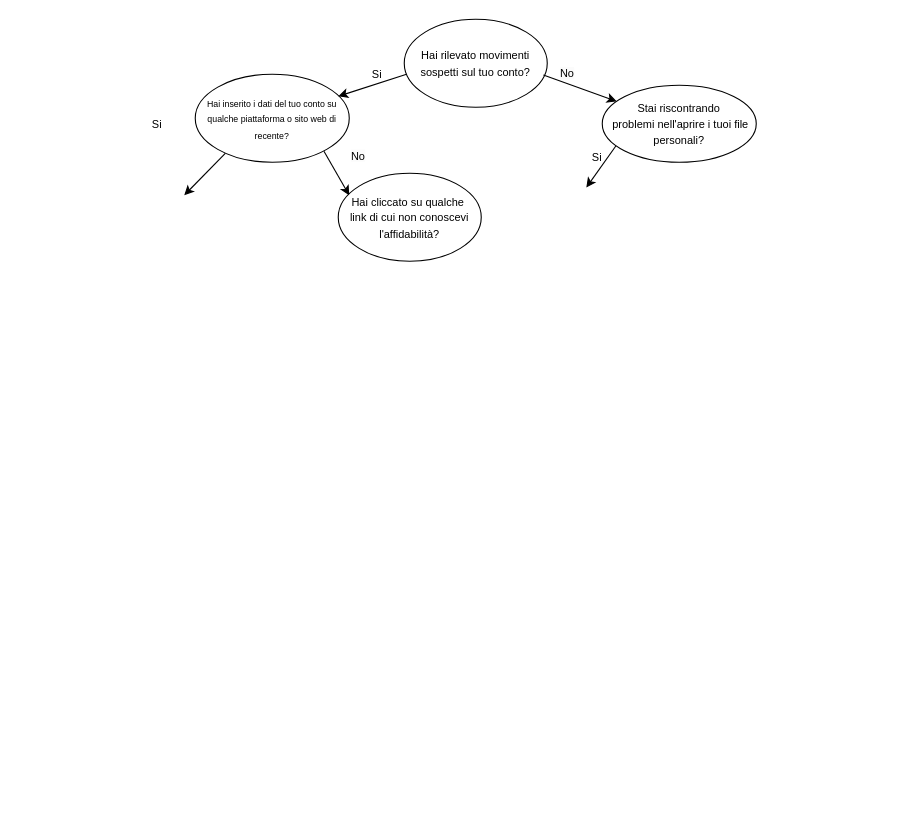
Before: Diagramma senza titolo.drawio in ClaudiaMarano/Decision-tree, a draw.io diagram. Source tidied: cells renumbered, new cells numbered last; positions are measured from the earlier drawing's top-left corner, leaving out a move shared by most shapes. Both pictures are drawn from the tidied source at 110%, with x=0, y=0 at pixel (140, 19).
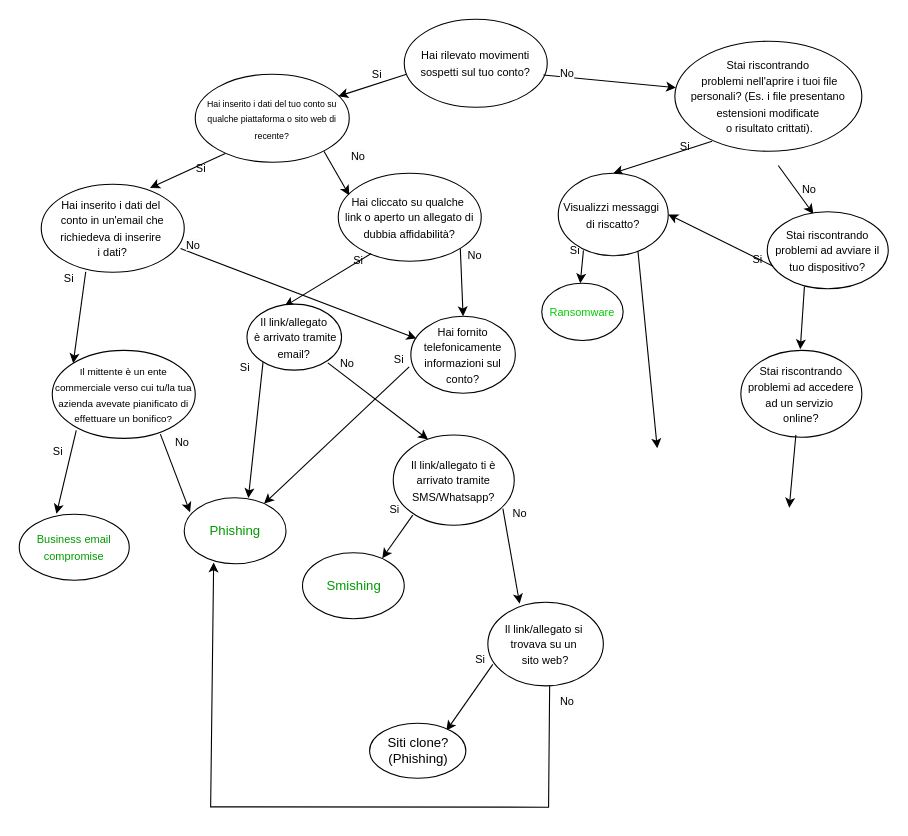
After the change.

Unchanged cells that the change refers to:
```xml
<mxCell id="4" value="&lt;font style=&quot;font-size: 8px;&quot;&gt;Hai inserito i dati del tuo conto su qualche piattaforma o sito web di recente?&lt;/font&gt;" style="ellipse;whiteSpace=wrap;html=1;" parent="1" vertex="1">
  <mxGeometry x="50" y="50" width="140" height="80" as="geometry" />
</mxCell>
```

What changed in the source:
```diff
@@
-    <mxCell id="3" value="&lt;font style=&quot;font-size: 10px;&quot;&gt;Stai riscontrando&lt;/font&gt;&lt;div&gt;&lt;font style=&quot;font-size: 10px;&quot;&gt;&amp;nbsp;problemi nell'aprire i tuoi file personali?&lt;/font&gt;&lt;/div&gt;" style="ellipse;whiteSpace=wrap;html=1;" parent="1" vertex="1">
-      <mxGeometry x="420" y="60" width="140" height="70" as="geometry" />
+    <mxCell id="3" value="&lt;font style=&quot;font-size: 10px;&quot;&gt;Stai riscontrando&lt;/font&gt;&lt;div&gt;&lt;font style=&quot;font-size: 10px;&quot;&gt;&amp;nbsp;problemi nell'aprire i tuoi file personali? (Es. i file presentano estensioni modificate&lt;/font&gt;&lt;/div&gt;&lt;div&gt;&lt;font style=&quot;font-size: 10px;&quot;&gt;&amp;nbsp;o risultato crittati).&lt;/font&gt;&lt;/div&gt;" style="ellipse;whiteSpace=wrap;html=1;" parent="1" vertex="1">
+      <mxGeometry x="486" y="20" width="170" height="100" as="geometry" />
     </mxCell>
@@
     <mxCell id="9" value="&lt;font style=&quot;font-size: 10px;&quot;&gt;Si&lt;/font&gt;" style="text;html=1;align=center;verticalAlign=middle;strokeColor=none;fillColor=none;" parent="1" vertex="1">
-      <mxGeometry y="80" width="30" height="30" as="geometry" />
+      <mxGeometry x="40" y="120" width="30" height="30" as="geometry" />
     </mxCell>
-    <mxCell id="10" style="endArrow=classic;html=1;rounded=0;exitX=0.195;exitY=0.9;exitDx=0;exitDy=0;exitPerimeter=0;" parent="1" edge="1" source="4">
-      <mxGeometry relative="1" as="geometry">
-        <mxPoint x="40" y="160" as="targetPoint" />
-      </mxGeometry>
+    <mxCell id="10" style="endArrow=classic;html=1;rounded=0;exitX=0.195;exitY=0.9;exitDx=0;exitDy=0;exitPerimeter=0;entryX=0.761;entryY=0.042;entryDx=0;entryDy=0;entryPerimeter=0;" parent="1" edge="1" source="4" target="16">
+      <mxGeometry relative="1" as="geometry" />
     </mxCell>
     <mxCell id="11" value="&lt;font style=&quot;font-size: 10px;&quot;&gt;Si&lt;/font&gt;" style="text;html=1;align=center;verticalAlign=middle;strokeColor=none;fillColor=none;" parent="1" vertex="1">
-      <mxGeometry x="400" y="110" width="30" height="30" as="geometry" />
+      <mxGeometry x="480" y="100" width="30" height="30" as="geometry" />
     </mxCell>
-    <mxCell id="12" style="endArrow=classic;html=1;rounded=0;exitX=0.195;exitY=0.9;exitDx=0;exitDy=0;exitPerimeter=0;" parent="1" edge="1">
-      <mxGeometry relative="1" as="geometry">
-        <mxPoint x="432.5" y="115" as="sourcePoint" />
-        <mxPoint x="405.5" y="153" as="targetPoint" />
-      </mxGeometry>
+    <mxCell id="12" style="endArrow=classic;html=1;rounded=0;exitX=0.199;exitY=0.91;exitDx=0;exitDy=0;exitPerimeter=0;entryX=0.5;entryY=0;entryDx=0;entryDy=0;" parent="1" edge="1" source="3" target="53">
+      <mxGeometry relative="1" as="geometry" />
     </mxCell>
@@
-    <mxCell id="15" value="&lt;span style=&quot;font-size: 10px;&quot;&gt;Hai cliccato su qualche&amp;nbsp;&lt;/span&gt;&lt;div&gt;&lt;span style=&quot;font-size: 10px;&quot;&gt;link di cui non conoscevi l'affidabilità?&lt;/span&gt;&lt;/div&gt;" style="ellipse;whiteSpace=wrap;html=1;" parent="1" vertex="1">
+    <mxCell id="15" value="&lt;span style=&quot;font-size: 10px;&quot;&gt;Hai cliccato su qualche&amp;nbsp;&lt;/span&gt;&lt;div&gt;&lt;span style=&quot;font-size: 10px;&quot;&gt;link o aperto un allegato di dubbia affidabilità?&lt;/span&gt;&lt;/div&gt;" style="ellipse;whiteSpace=wrap;html=1;" parent="1" vertex="1">
       <mxGeometry x="180" y="140" width="130" height="80" as="geometry" />
     </mxCell>
+    <mxCell id="16" value="&lt;font style=&quot;font-size: 10px;&quot;&gt;Hai inserito i dati del&amp;nbsp;&lt;/font&gt;&lt;div&gt;&lt;font style=&quot;font-size: 10px;&quot;&gt;conto in un'email che richiedeva di inserire&amp;nbsp;&lt;/font&gt;&lt;/div&gt;&lt;div&gt;&lt;font style=&quot;font-size: 10px;&quot;&gt;i dati?&lt;/font&gt;&lt;/div&gt;" style="ellipse;whiteSpace=wrap;html=1;" parent="1" vertex="1">
+      <mxGeometry x="-90" y="150" width="130" height="80" as="geometry" />
+    </mxCell>
+    <mxCell id="17" value="&lt;span style=&quot;color: rgb(0, 0, 0); font-family: Helvetica; font-size: 10px; font-style: normal; font-variant-ligatures: normal; font-variant-caps: normal; font-weight: 400; letter-spacing: normal; orphans: 2; text-align: center; text-indent: 0px; text-transform: none; widows: 2; word-spacing: 0px; -webkit-text-stroke-width: 0px; white-space: nowrap; background-color: rgb(251, 251, 251); text-decoration-thickness: initial; text-decoration-style: initial; text-decoration-color: initial; display: inline !important; float: none;&quot;&gt;No&lt;/span&gt;" style="text;whiteSpace=wrap;html=1;" parent="1" vertex="1">
+      <mxGeometry x="600" y="140" width="20" height="20" as="geometry" />
+    </mxCell>
+    <mxCell id="18" style="endArrow=classic;html=1;rounded=0;exitX=0.973;exitY=0.633;exitDx=0;exitDy=0;exitPerimeter=0;" parent="1" edge="1">
+      <mxGeometry relative="1" as="geometry">
+        <mxPoint x="580" y="133" as="sourcePoint" />
+        <mxPoint x="612" y="177" as="targetPoint" />
+      </mxGeometry>
+    </mxCell>
+    <mxCell id="19" style="endArrow=classic;html=1;rounded=0;exitX=0.195;exitY=0.9;exitDx=0;exitDy=0;exitPerimeter=0;entryX=0.398;entryY=0.032;entryDx=0;entryDy=0;entryPerimeter=0;" parent="1" edge="1" target="34">
+      <mxGeometry relative="1" as="geometry">
+        <mxPoint x="210" y="213" as="sourcePoint" />
+      </mxGeometry>
+    </mxCell>
+    <mxCell id="20" style="endArrow=classic;html=1;rounded=0;exitX=1;exitY=1;exitDx=0;exitDy=0;entryX=0.5;entryY=0;entryDx=0;entryDy=0;" parent="1" edge="1" source="15" target="21">
+      <mxGeometry relative="1" as="geometry" />
+    </mxCell>
+    <mxCell id="21" value="&lt;span style=&quot;font-size: 10px;&quot;&gt;Hai fornito telefonicamente informazioni sul conto?&lt;/span&gt;" style="ellipse;whiteSpace=wrap;html=1;" parent="1" vertex="1">
+      <mxGeometry x="246" y="270" width="95" height="70" as="geometry" />
+    </mxCell>
+    <mxCell id="22" style="endArrow=classic;html=1;rounded=0;exitX=0.311;exitY=0.994;exitDx=0;exitDy=0;exitPerimeter=0;entryX=0;entryY=0;entryDx=0;entryDy=0;" parent="1" edge="1" source="16" target="23">
+      <mxGeometry relative="1" as="geometry" />
+    </mxCell>
+    <mxCell id="23" value="&lt;font style=&quot;font-size: 9px;&quot;&gt;Il mittente è un ente commerciale verso cui tu/la tua azienda avevate pianificato di effettuare un bonifico?&lt;/font&gt;" style="ellipse;whiteSpace=wrap;html=1;" parent="1" vertex="1">
+      <mxGeometry x="-80" y="301" width="130" height="80" as="geometry" />
+    </mxCell>
+    <mxCell id="24" value="&lt;font style=&quot;font-size: 10px;&quot;&gt;Si&lt;/font&gt;" style="text;html=1;align=center;verticalAlign=middle;strokeColor=none;fillColor=none;" parent="1" vertex="1">
+      <mxGeometry x="-80" y="220" width="30" height="30" as="geometry" />
+    </mxCell>
+    <mxCell id="25" style="endArrow=classic;html=1;rounded=0;exitX=0.756;exitY=0.952;exitDx=0;exitDy=0;exitPerimeter=0;entryX=0.057;entryY=0.218;entryDx=0;entryDy=0;entryPerimeter=0;" parent="1" edge="1" source="23" target="33">
+      <mxGeometry relative="1" as="geometry" />
+    </mxCell>
+    <mxCell id="26" style="endArrow=classic;html=1;rounded=0;exitX=0.974;exitY=0.731;exitDx=0;exitDy=0;exitPerimeter=0;entryX=0.053;entryY=0.289;entryDx=0;entryDy=0;entryPerimeter=0;" parent="1" edge="1" source="16" target="21">
+      <mxGeometry relative="1" as="geometry" />
+    </mxCell>
+    <mxCell id="27" value="&lt;span style=&quot;color: rgb(0, 0, 0); font-family: Helvetica; font-size: 10px; font-style: normal; font-variant-ligatures: normal; font-variant-caps: normal; font-weight: 400; letter-spacing: normal; orphans: 2; text-align: center; text-indent: 0px; text-transform: none; widows: 2; word-spacing: 0px; -webkit-text-stroke-width: 0px; white-space: nowrap; background-color: rgb(251, 251, 251); text-decoration-thickness: initial; text-decoration-style: initial; text-decoration-color: initial; display: inline !important; float: none;&quot;&gt;No&lt;/span&gt;" style="text;whiteSpace=wrap;html=1;" parent="1" vertex="1">
+      <mxGeometry x="40" y="191" width="20" height="20" as="geometry" />
+    </mxCell>
+    <mxCell id="28" value="&lt;span style=&quot;color: rgb(0, 0, 0); font-family: Helvetica; font-size: 10px; font-style: normal; font-variant-ligatures: normal; font-variant-caps: normal; font-weight: 400; letter-spacing: normal; orphans: 2; text-align: center; text-indent: 0px; text-transform: none; widows: 2; word-spacing: 0px; -webkit-text-stroke-width: 0px; white-space: nowrap; background-color: rgb(251, 251, 251); text-decoration-thickness: initial; text-decoration-style: initial; text-decoration-color: initial; display: inline !important; float: none;&quot;&gt;No&lt;/span&gt;" style="text;whiteSpace=wrap;html=1;" parent="1" vertex="1">
+      <mxGeometry x="296" y="200" width="20" height="20" as="geometry" />
+    </mxCell>
+    <mxCell id="29" value="&lt;span style=&quot;color: rgb(0, 0, 0); font-family: Helvetica; font-size: 10px; font-style: normal; font-variant-ligatures: normal; font-variant-caps: normal; font-weight: 400; letter-spacing: normal; orphans: 2; text-align: center; text-indent: 0px; text-transform: none; widows: 2; word-spacing: 0px; -webkit-text-stroke-width: 0px; white-space: nowrap; background-color: rgb(251, 251, 251); text-decoration-thickness: initial; text-decoration-style: initial; text-decoration-color: initial; display: inline !important; float: none;&quot;&gt;No&lt;/span&gt;" style="text;whiteSpace=wrap;html=1;" parent="1" vertex="1">
+      <mxGeometry x="30" y="370" width="20" height="20" as="geometry" />
+    </mxCell>
+    <mxCell id="30" style="endArrow=classic;html=1;rounded=0;exitX=0.168;exitY=0.908;exitDx=0;exitDy=0;exitPerimeter=0;entryX=0.338;entryY=-0.006;entryDx=0;entryDy=0;entryPerimeter=0;" parent="1" edge="1" source="23" target="32">
+      <mxGeometry relative="1" as="geometry" />
+    </mxCell>
+    <mxCell id="31" value="&lt;font style=&quot;font-size: 10px;&quot;&gt;Si&lt;/font&gt;" style="text;html=1;align=center;verticalAlign=middle;strokeColor=none;fillColor=none;" parent="1" vertex="1">
+      <mxGeometry x="-90" y="378" width="30" height="30" as="geometry" />
+    </mxCell>
+    <mxCell id="32" value="&lt;font color=&quot;#009900&quot; size=&quot;1&quot;&gt;Business email compromise&lt;/font&gt;" style="ellipse;whiteSpace=wrap;html=1;" parent="1" vertex="1">
+      <mxGeometry x="-110" y="450" width="100" height="60" as="geometry" />
+    </mxCell>
+    <mxCell id="33" value="&lt;font color=&quot;#009900&quot;&gt;Phishing&lt;/font&gt;" style="ellipse;whiteSpace=wrap;html=1;" parent="1" vertex="1">
+      <mxGeometry x="40" y="435" width="92.5" height="60" as="geometry" />
+    </mxCell>
+    <mxCell id="34" value="&lt;span style=&quot;font-size: 10px;&quot;&gt;Il link/allegato&lt;/span&gt;&lt;div&gt;&lt;span style=&quot;font-size: 10px;&quot;&gt;&amp;nbsp;è arrivato tramite email?&lt;/span&gt;&lt;/div&gt;" style="ellipse;whiteSpace=wrap;html=1;" parent="1" vertex="1">
+      <mxGeometry x="97" y="259" width="86" height="60" as="geometry" />
+    </mxCell>
+    <mxCell id="35" value="&lt;font style=&quot;font-size: 10px;&quot;&gt;Si&lt;/font&gt;" style="text;html=1;align=center;verticalAlign=middle;strokeColor=none;fillColor=none;" parent="1" vertex="1">
+      <mxGeometry x="183" y="204" width="30" height="30" as="geometry" />
+    </mxCell>
+    <mxCell id="36" style="endArrow=classic;html=1;rounded=0;exitX=0.17;exitY=0.878;exitDx=0;exitDy=0;entryX=0.63;entryY=0.005;entryDx=0;entryDy=0;entryPerimeter=0;exitPerimeter=0;" parent="1" edge="1" source="34" target="33">
+      <mxGeometry relative="1" as="geometry" />
+    </mxCell>
+    <mxCell id="37" style="endArrow=classic;html=1;rounded=0;exitX=0.855;exitY=0.889;exitDx=0;exitDy=0;entryX=0.288;entryY=0.049;entryDx=0;entryDy=0;entryPerimeter=0;exitPerimeter=0;" parent="1" edge="1" source="34" target="38">
+      <mxGeometry relative="1" as="geometry" />
+    </mxCell>
+    <mxCell id="38" value="&lt;span style=&quot;font-size: 10px;&quot;&gt;Il link/allegato ti è arrivato tramite SMS/Whatsapp?&lt;/span&gt;" style="ellipse;whiteSpace=wrap;html=1;" parent="1" vertex="1">
+      <mxGeometry x="230" y="378" width="110" height="82" as="geometry" />
+    </mxCell>
+    <mxCell id="39" value="&lt;font style=&quot;font-size: 10px;&quot;&gt;Si&lt;/font&gt;" style="text;html=1;align=center;verticalAlign=middle;strokeColor=none;fillColor=none;" parent="1" vertex="1">
+      <mxGeometry x="80" y="301" width="30" height="30" as="geometry" />
+    </mxCell>
+    <mxCell id="40" style="endArrow=classic;html=1;rounded=0;exitX=0.161;exitY=0.888;exitDx=0;exitDy=0;exitPerimeter=0;" parent="1" edge="1" source="38">
+      <mxGeometry relative="1" as="geometry">
+        <mxPoint x="220" y="490" as="targetPoint" />
+      </mxGeometry>
+    </mxCell>
+    <mxCell id="41" value="&lt;font color=&quot;#009900&quot;&gt;Smishing&lt;/font&gt;" style="ellipse;whiteSpace=wrap;html=1;" parent="1" vertex="1">
+      <mxGeometry x="147.5" y="485" width="92.5" height="60" as="geometry" />
+    </mxCell>
+    <mxCell id="42" style="endArrow=classic;html=1;rounded=0;exitX=-0.016;exitY=0.658;exitDx=0;exitDy=0;exitPerimeter=0;" parent="1" edge="1" source="21" target="33">
+      <mxGeometry relative="1" as="geometry" />
+    </mxCell>
+    <mxCell id="43" value="&lt;font style=&quot;font-size: 10px;&quot;&gt;Si&lt;/font&gt;" style="text;html=1;align=center;verticalAlign=middle;strokeColor=none;fillColor=none;" parent="1" vertex="1">
+      <mxGeometry x="220" y="294" width="30" height="30" as="geometry" />
+    </mxCell>
+    <mxCell id="44" value="&lt;font style=&quot;font-size: 10px;&quot;&gt;Si&lt;/font&gt;" style="text;html=1;align=center;verticalAlign=middle;strokeColor=none;fillColor=none;" parent="1" vertex="1">
+      <mxGeometry x="216" y="430" width="30" height="30" as="geometry" />
+    </mxCell>
+    <mxCell id="45" value="&lt;span style=&quot;color: rgb(0, 0, 0); font-family: Helvetica; font-size: 10px; font-style: normal; font-variant-ligatures: normal; font-variant-caps: normal; font-weight: 400; letter-spacing: normal; orphans: 2; text-align: center; text-indent: 0px; text-transform: none; widows: 2; word-spacing: 0px; -webkit-text-stroke-width: 0px; white-space: nowrap; background-color: rgb(251, 251, 251); text-decoration-thickness: initial; text-decoration-style: initial; text-decoration-color: initial; display: inline !important; float: none;&quot;&gt;No&lt;/span&gt;" style="text;whiteSpace=wrap;html=1;" parent="1" vertex="1">
+      <mxGeometry x="180" y="299" width="20" height="20" as="geometry" />
+    </mxCell>
+    <mxCell id="46" style="endArrow=classic;html=1;rounded=0;exitX=0.906;exitY=0.815;exitDx=0;exitDy=0;exitPerimeter=0;entryX=0.275;entryY=0.017;entryDx=0;entryDy=0;entryPerimeter=0;" parent="1" edge="1" source="38" target="47">
+      <mxGeometry relative="1" as="geometry" />
+    </mxCell>
+    <mxCell id="47" value="&lt;span style=&quot;font-size: 10px;&quot;&gt;Il link/allegato si&amp;nbsp;&lt;/span&gt;&lt;div&gt;&lt;span style=&quot;font-size: 10px;&quot;&gt;trovava su un&amp;nbsp;&lt;/span&gt;&lt;/div&gt;&lt;div&gt;&lt;span style=&quot;font-size: 10px;&quot;&gt;sito web?&lt;/span&gt;&lt;/div&gt;" style="ellipse;whiteSpace=wrap;html=1;" parent="1" vertex="1">
+      <mxGeometry x="316" y="530" width="105" height="76" as="geometry" />
+    </mxCell>
+    <mxCell id="48" style="endArrow=classic;html=1;rounded=0;exitX=0.043;exitY=0.743;exitDx=0;exitDy=0;exitPerimeter=0;entryX=0.798;entryY=0.134;entryDx=0;entryDy=0;entryPerimeter=0;" parent="1" edge="1" source="47" target="49">
+      <mxGeometry relative="1" as="geometry" />
+    </mxCell>
+    <mxCell id="49" value="Siti clone? (Phishing)" style="ellipse;whiteSpace=wrap;html=1;" parent="1" vertex="1">
+      <mxGeometry x="208.5" y="640" width="87.5" height="50" as="geometry" />
+    </mxCell>
+    <mxCell id="50" value="&lt;font style=&quot;font-size: 10px;&quot;&gt;Si&lt;/font&gt;" style="text;html=1;align=center;verticalAlign=middle;strokeColor=none;fillColor=none;" parent="1" vertex="1">
+      <mxGeometry x="294" y="567" width="30" height="30" as="geometry" />
+    </mxCell>
+    <mxCell id="51" value="&lt;span style=&quot;color: rgb(0, 0, 0); font-family: Helvetica; font-size: 10px; font-style: normal; font-variant-ligatures: normal; font-variant-caps: normal; font-weight: 400; letter-spacing: normal; orphans: 2; text-align: center; text-indent: 0px; text-transform: none; widows: 2; word-spacing: 0px; -webkit-text-stroke-width: 0px; white-space: nowrap; background-color: rgb(251, 251, 251); text-decoration-thickness: initial; text-decoration-style: initial; text-decoration-color: initial; display: inline !important; float: none;&quot;&gt;No&lt;/span&gt;" style="text;whiteSpace=wrap;html=1;" parent="1" vertex="1">
+      <mxGeometry x="337" y="435" width="20" height="20" as="geometry" />
+    </mxCell>
+    <mxCell id="52" style="endArrow=classic;html=1;rounded=0;entryX=0.289;entryY=0.981;entryDx=0;entryDy=0;exitX=0.535;exitY=0.998;exitDx=0;exitDy=0;exitPerimeter=0;entryPerimeter=0;" parent="1" edge="1" source="47" target="33">
+      <mxGeometry relative="1" as="geometry">
+        <Array as="points">
+          <mxPoint x="371.2" y="716.3" />
+          <mxPoint x="64" y="716" />
+        </Array>
+      </mxGeometry>
+    </mxCell>
+    <mxCell id="53" value="&lt;span style=&quot;font-size: 10px;&quot;&gt;Visualizzi messaggi&amp;nbsp;&lt;/span&gt;&lt;div&gt;&lt;span style=&quot;font-size: 10px;&quot;&gt;di riscatto?&lt;/span&gt;&lt;/div&gt;" style="ellipse;whiteSpace=wrap;html=1;" parent="1" vertex="1">
+      <mxGeometry x="380" y="140" width="100" height="75" as="geometry" />
+    </mxCell>
+    <mxCell id="54" value="&lt;span style=&quot;font-size: 10px;&quot;&gt;Stai riscontrando problemi ad avviare il tuo dispositivo?&lt;/span&gt;" style="ellipse;whiteSpace=wrap;html=1;" parent="1" vertex="1">
+      <mxGeometry x="570" y="175" width="110" height="70" as="geometry" />
+    </mxCell>
+    <mxCell id="55" style="endArrow=classic;html=1;rounded=0;entryX=1;entryY=0.5;entryDx=0;entryDy=0;exitX=0.049;exitY=0.708;exitDx=0;exitDy=0;exitPerimeter=0;" parent="1" edge="1" source="54" target="53">
+      <mxGeometry relative="1" as="geometry" />
+    </mxCell>
+    <mxCell id="56" style="endArrow=classic;html=1;rounded=0;exitX=0.229;exitY=0.935;exitDx=0;exitDy=0;exitPerimeter=0;" parent="1" edge="1" source="53">
+      <mxGeometry relative="1" as="geometry">
+        <mxPoint x="400" y="240" as="targetPoint" />
+      </mxGeometry>
+    </mxCell>
+    <mxCell id="57" value="&lt;span style=&quot;font-size: 10px;&quot;&gt;&lt;font color=&quot;#00cc00&quot;&gt;Ransomware&lt;/font&gt;&lt;/span&gt;" style="ellipse;whiteSpace=wrap;html=1;" parent="1" vertex="1">
+      <mxGeometry x="365" y="240" width="74" height="52" as="geometry" />
+    </mxCell>
+    <mxCell id="58" value="&lt;span style=&quot;color: rgb(0, 0, 0); font-family: Helvetica; font-size: 10px; font-style: normal; font-variant-ligatures: normal; font-variant-caps: normal; font-weight: 400; letter-spacing: normal; orphans: 2; text-align: center; text-indent: 0px; text-transform: none; widows: 2; word-spacing: 0px; -webkit-text-stroke-width: 0px; white-space: nowrap; background-color: rgb(251, 251, 251); text-decoration-thickness: initial; text-decoration-style: initial; text-decoration-color: initial; display: inline !important; float: none;&quot;&gt;No&lt;/span&gt;" style="text;whiteSpace=wrap;html=1;" parent="1" vertex="1">
+      <mxGeometry x="380" y="606" width="2" as="geometry" />
+    </mxCell>
+    <mxCell id="59" value="&lt;font style=&quot;font-size: 10px;&quot;&gt;Si&lt;/font&gt;" style="text;html=1;align=center;verticalAlign=middle;strokeColor=none;fillColor=none;" parent="1" vertex="1">
+      <mxGeometry x="380" y="195" width="30" height="30" as="geometry" />
+    </mxCell>
+    <mxCell id="60" value="&lt;font style=&quot;font-size: 10px;&quot;&gt;Si&lt;/font&gt;" style="text;html=1;align=center;verticalAlign=middle;strokeColor=none;fillColor=none;" parent="1" vertex="1">
+      <mxGeometry x="546" y="203" width="30" height="30" as="geometry" />
+    </mxCell>
+    <mxCell id="61" style="endArrow=classic;html=1;rounded=0;exitX=0.973;exitY=0.633;exitDx=0;exitDy=0;exitPerimeter=0;" parent="1" edge="1">
+      <mxGeometry relative="1" as="geometry">
+        <mxPoint x="603.8" y="243" as="sourcePoint" />
+        <mxPoint x="600" y="300" as="targetPoint" />
+      </mxGeometry>
+    </mxCell>
+    <mxCell id="62" value="&lt;span style=&quot;font-size: 10px;&quot;&gt;Stai riscontrando problemi ad accedere ad un servizio&amp;nbsp;&lt;/span&gt;&lt;div&gt;&lt;span style=&quot;font-size: 10px;&quot;&gt;online?&lt;/span&gt;&lt;/div&gt;" style="ellipse;whiteSpace=wrap;html=1;" parent="1" vertex="1">
+      <mxGeometry x="546" y="301" width="110" height="79" as="geometry" />
+    </mxCell>
+    <mxCell id="63" style="endArrow=classic;html=1;rounded=0;exitX=0.358;exitY=1.012;exitDx=0;exitDy=0;exitPerimeter=0;" parent="1" edge="1">
+      <mxGeometry relative="1" as="geometry">
+        <mxPoint x="596" y="378" as="sourcePoint" />
+        <mxPoint x="590" y="444" as="targetPoint" />
+      </mxGeometry>
+    </mxCell>
+    <mxCell id="64" style="endArrow=classic;html=1;rounded=0;exitX=0.725;exitY=0.95;exitDx=0;exitDy=0;exitPerimeter=0;" parent="1" edge="1" source="53">
+      <mxGeometry relative="1" as="geometry">
+        <mxPoint x="470" y="390" as="targetPoint" />
+      </mxGeometry>
+    </mxCell>
```
